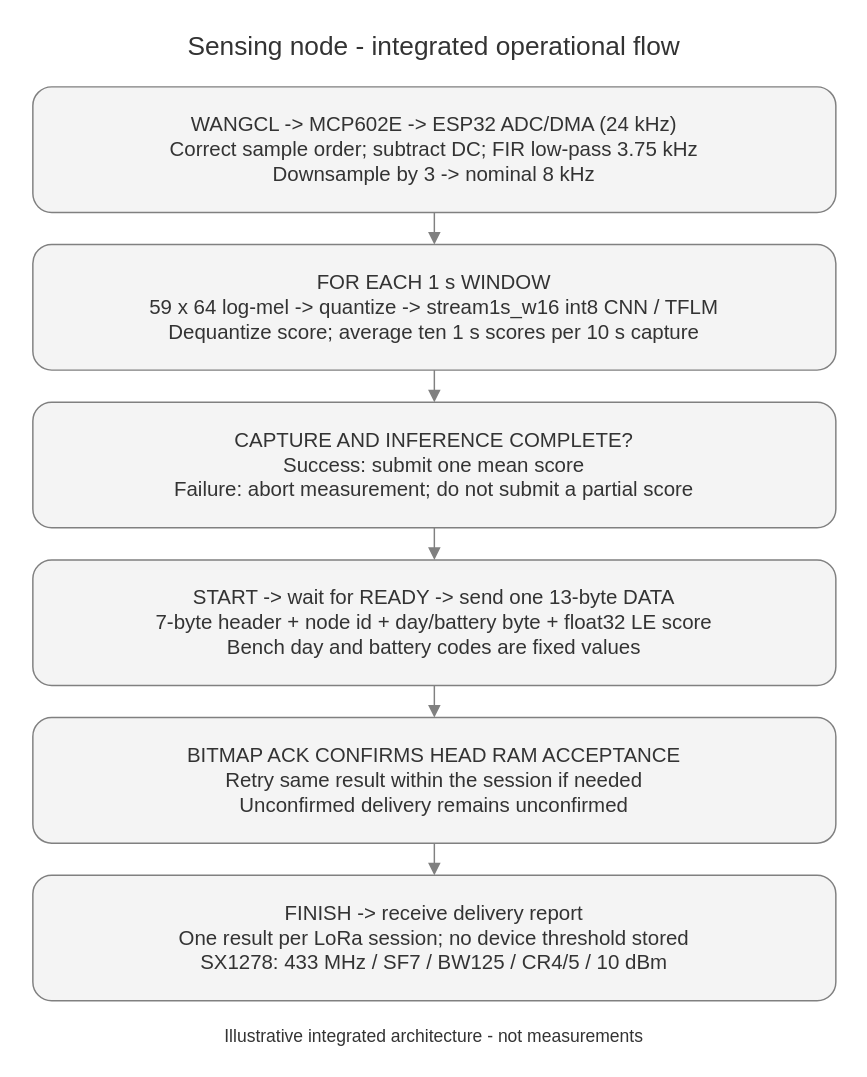
Before: page "Sensing Layer Operational Flow" (6 of 8) of output/diagrams/Senior_Design_Section4_EdgeML.drawio.xml in Battikhah/senior-design-report, a draw.io diagram. Source tidied: cells renumbered, new cells numbered last; positions are measured from the earlier drawing's top-left corner, leaving out a move shared by most shapes. Both pictures are drawn from the tidied source at 146%, with x=0, y=0 at pixel (25, 25).
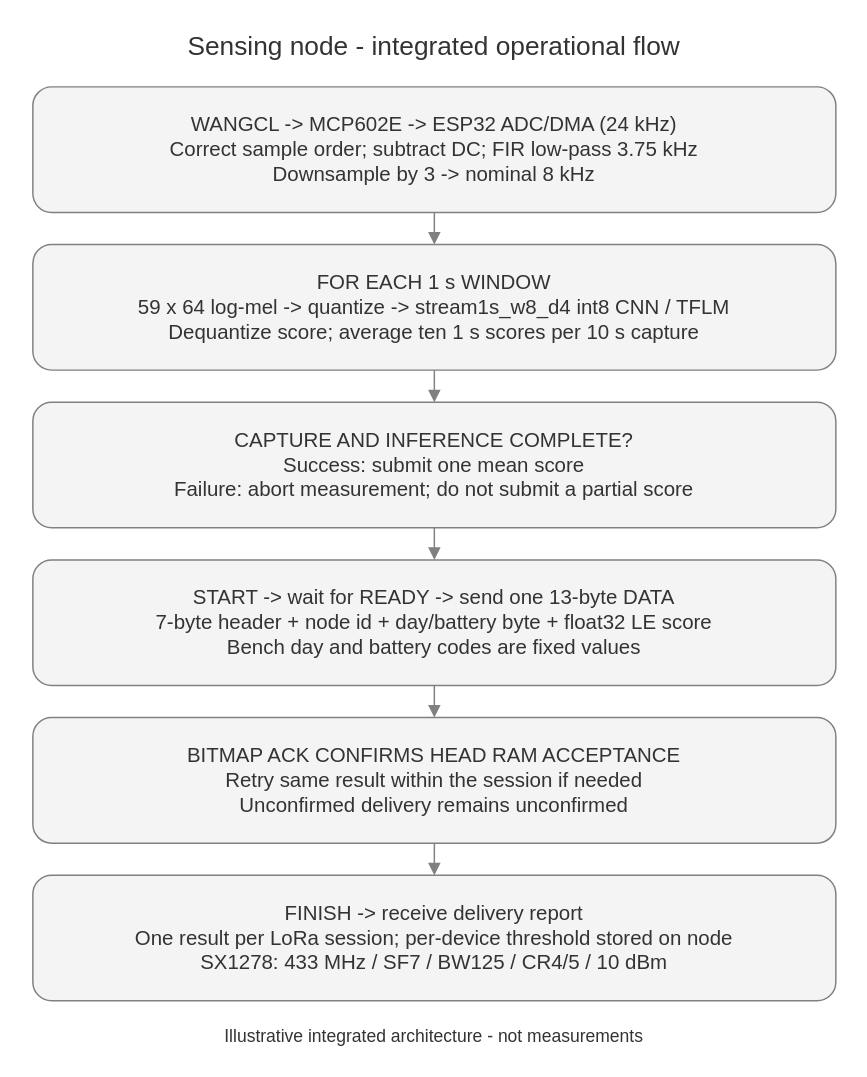
After the change.

What changed in the source:
```diff
@@
 <mxGraphModel>
   <root>
     <mxCell id="0" />
     <mxCell id="1" parent="0" />
     <mxCell id="2" value="Sensing node - integrated operational flow" style="rounded=1;whiteSpace=wrap;html=1;fontSize=18;fontColor=#333333;strokeColor=#808080;fillColor=#F4F4F4;align=center;verticalAlign=middle;strokeColor=none;fillColor=none;" parent="1" vertex="1">
       <mxGeometry width="560" height="30" as="geometry" />
     </mxCell>
     <mxCell id="3" value="Illustrative integrated architecture - not measurements" style="rounded=1;whiteSpace=wrap;html=1;fontSize=12;fontColor=#333333;strokeColor=#808080;fillColor=#F4F4F4;align=center;verticalAlign=middle;strokeColor=none;fillColor=none;" parent="1" vertex="1">
       <mxGeometry y="682" width="560" height="22" as="geometry" />
     </mxCell>
     <mxCell id="4" value="WANGCL -&gt; MCP602E -&gt; ESP32 ADC/DMA (24 kHz)&lt;br&gt;Correct sample order; subtract DC; FIR low-pass 3.75 kHz&lt;br&gt;Downsample by 3 -&gt; nominal 8 kHz" style="rounded=1;whiteSpace=wrap;html=1;fontSize=14;fontColor=#333333;strokeColor=#808080;fillColor=#F4F4F4;align=center;verticalAlign=middle;" parent="1" vertex="1">
       <mxGeometry x="5" y="42" width="550" height="86" as="geometry" />
     </mxCell>
-    <mxCell id="5" value="FOR EACH 1 s WINDOW&lt;br&gt;59 x 64 log-mel -&gt; quantize -&gt; stream1s_w16 int8 CNN / TFLM&lt;br&gt;Dequantize score; average ten 1 s scores per 10 s capture" style="rounded=1;whiteSpace=wrap;html=1;fontSize=14;fontColor=#333333;strokeColor=#808080;fillColor=#F4F4F4;align=center;verticalAlign=middle;" parent="1" vertex="1">
+    <mxCell id="5" value="FOR EACH 1 s WINDOW&lt;br&gt;59 x 64 log-mel -&gt; quantize -&gt; stream1s_w8_d4 int8 CNN / TFLM&lt;br&gt;Dequantize score; average ten 1 s scores per 10 s capture" style="rounded=1;whiteSpace=wrap;html=1;fontSize=14;fontColor=#333333;strokeColor=#808080;fillColor=#F4F4F4;align=center;verticalAlign=middle;" parent="1" vertex="1">
       <mxGeometry x="5" y="150" width="550" height="86" as="geometry" />
     </mxCell>
     <mxCell id="6" style="edgeStyle=orthogonalEdgeStyle;rounded=0;html=1;endArrow=block;strokeColor=#808080;fontColor=#333333;fontSize=12;labelBackgroundColor=#FFFFFF;exitX=0.5;exitY=1;entryX=0.5;entryY=0;" parent="1" edge="1" source="4" target="5">
       <mxGeometry relative="1" as="geometry" />
     </mxCell>
     <mxCell id="7" value="CAPTURE AND INFERENCE COMPLETE?&lt;br&gt;Success: submit one mean score&lt;br&gt;Failure: abort measurement; do not submit a partial score" style="rounded=1;whiteSpace=wrap;html=1;fontSize=14;fontColor=#333333;strokeColor=#808080;fillColor=#F4F4F4;align=center;verticalAlign=middle;" parent="1" vertex="1">
       <mxGeometry x="5" y="258" width="550" height="86" as="geometry" />
     </mxCell>
     <mxCell id="8" style="edgeStyle=orthogonalEdgeStyle;rounded=0;html=1;endArrow=block;strokeColor=#808080;fontColor=#333333;fontSize=12;labelBackgroundColor=#FFFFFF;exitX=0.5;exitY=1;entryX=0.5;entryY=0;" parent="1" edge="1" source="5" target="7">
       <mxGeometry relative="1" as="geometry" />
     </mxCell>
     <mxCell id="9" value="START -&gt; wait for READY -&gt; send one 13-byte DATA&lt;br&gt;7-byte header + node id + day/battery byte + float32 LE score&lt;br&gt;Bench day and battery codes are fixed values" style="rounded=1;whiteSpace=wrap;html=1;fontSize=14;fontColor=#333333;strokeColor=#808080;fillColor=#F4F4F4;align=center;verticalAlign=middle;" parent="1" vertex="1">
       <mxGeometry x="5" y="366" width="550" height="86" as="geometry" />
     </mxCell>
     <mxCell id="10" style="edgeStyle=orthogonalEdgeStyle;rounded=0;html=1;endArrow=block;strokeColor=#808080;fontColor=#333333;fontSize=12;labelBackgroundColor=#FFFFFF;exitX=0.5;exitY=1;entryX=0.5;entryY=0;" parent="1" edge="1" source="7" target="9">
       <mxGeometry relative="1" as="geometry" />
     </mxCell>
     <mxCell id="11" value="BITMAP ACK CONFIRMS HEAD RAM ACCEPTANCE&lt;br&gt;Retry same result within the session if needed&lt;br&gt;Unconfirmed delivery remains unconfirmed" style="rounded=1;whiteSpace=wrap;html=1;fontSize=14;fontColor=#333333;strokeColor=#808080;fillColor=#F4F4F4;align=center;verticalAlign=middle;" parent="1" vertex="1">
       <mxGeometry x="5" y="474" width="550" height="86" as="geometry" />
     </mxCell>
     <mxCell id="12" style="edgeStyle=orthogonalEdgeStyle;rounded=0;html=1;endArrow=block;strokeColor=#808080;fontColor=#333333;fontSize=12;labelBackgroundColor=#FFFFFF;exitX=0.5;exitY=1;entryX=0.5;entryY=0;" parent="1" edge="1" source="9" target="11">
       <mxGeometry relative="1" as="geometry" />
     </mxCell>
-    <mxCell id="13" value="FINISH -&gt; receive delivery report&lt;br&gt;One result per LoRa session; no device threshold stored&lt;br&gt;SX1278: 433 MHz / SF7 / BW125 / CR4/5 / 10 dBm" style="rounded=1;whiteSpace=wrap;html=1;fontSize=14;fontColor=#333333;strokeColor=#808080;fillColor=#F4F4F4;align=center;verticalAlign=middle;" parent="1" vertex="1">
+    <mxCell id="13" value="FINISH -&gt; receive delivery report&lt;br&gt;One result per LoRa session; per-device threshold stored on node&lt;br&gt;SX1278: 433 MHz / SF7 / BW125 / CR4/5 / 10 dBm" style="rounded=1;whiteSpace=wrap;html=1;fontSize=14;fontColor=#333333;strokeColor=#808080;fillColor=#F4F4F4;align=center;verticalAlign=middle;" parent="1" vertex="1">
       <mxGeometry x="5" y="582" width="550" height="86" as="geometry" />
     </mxCell>
     <mxCell id="14" style="edgeStyle=orthogonalEdgeStyle;rounded=0;html=1;endArrow=block;strokeColor=#808080;fontColor=#333333;fontSize=12;labelBackgroundColor=#FFFFFF;exitX=0.5;exitY=1;entryX=0.5;entryY=0;" parent="1" edge="1" source="11" target="13">
       <mxGeometry relative="1" as="geometry" />
     </mxCell>
   </root>
 </mxGraphModel>
```
